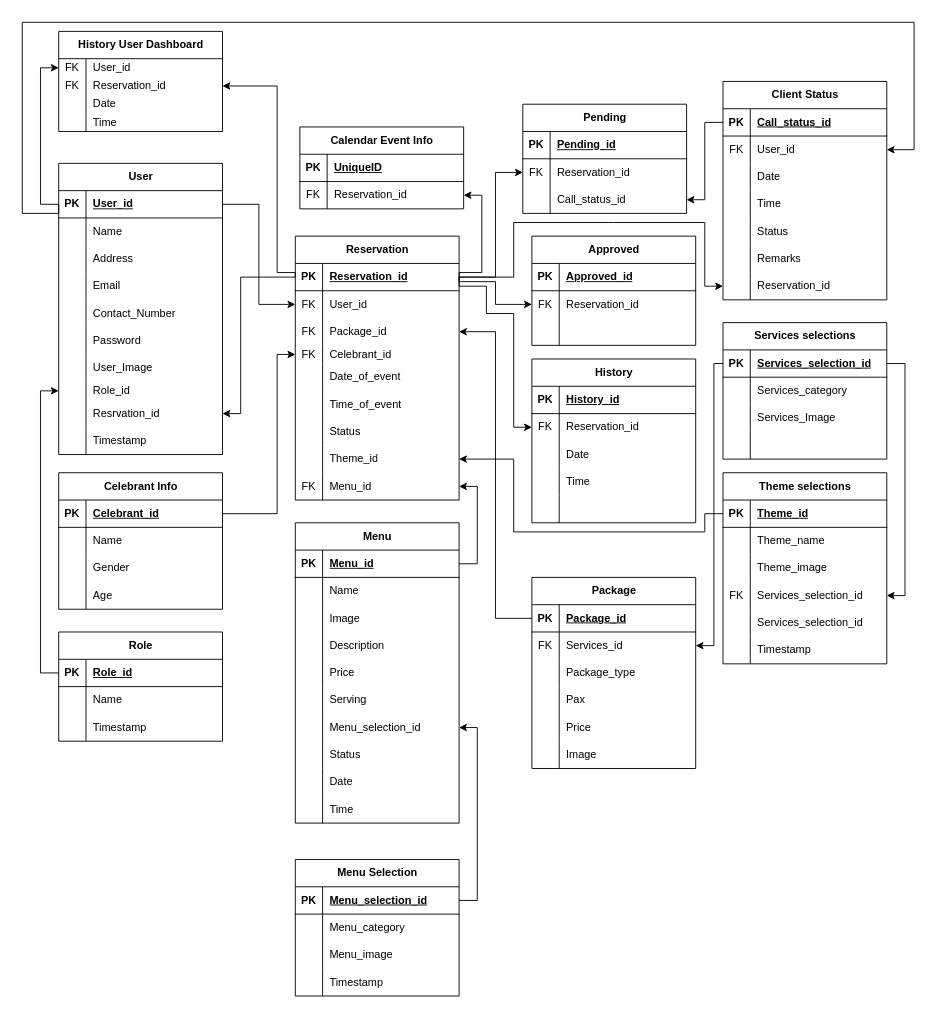
jcedriciglesias/Mihanz-Catering-Redo keeps this draw.io diagram as Untitled Diagram.drawio. Above is the earlier version. Source tidied: cells renumbered, new cells numbered last; positions are measured from the earlier drawing's top-left corner, leaving out a move shared by most shapes. Both pictures are drawn from the tidied source at 91%, with x=0, y=0 at pixel (22, 22).
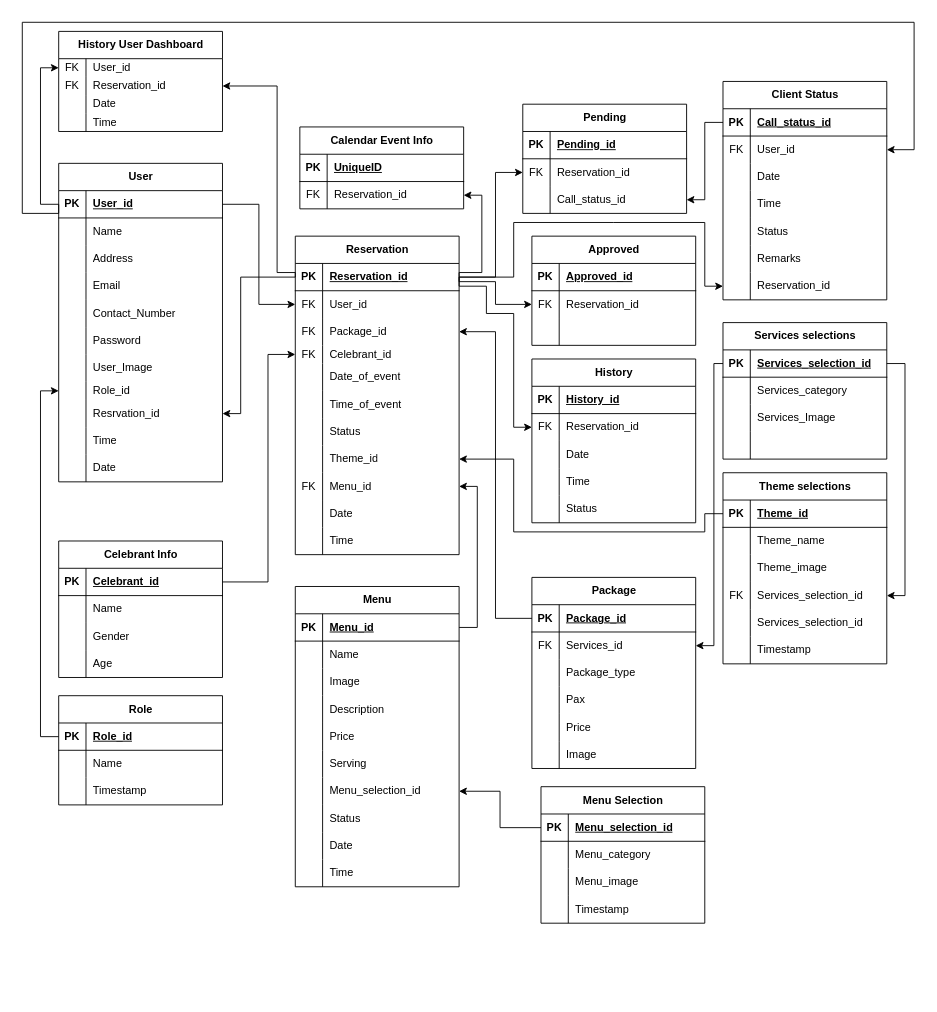
The same diagram, later.

Unchanged cells that the change refers to:
```xml
<mxCell id="30" style="shape=tableRow;horizontal=0;startSize=0;swimlaneHead=0;swimlaneBody=0;fillColor=none;top=0;left=0;right=0;bottom=0;" parent="2" vertex="1">
  <mxGeometry y="290" width="180" height="30" as="geometry" />
</mxCell>
<mxCell id="43" style="shape=tableRow;horizontal=0;startSize=0;swimlaneHead=0;swimlaneBody=0;fillColor=none;points=[[0,0.5],[1,0.5]];portConstraint=eastwest;top=0;left=0;right=0;bottom=0;" parent="33" vertex="1">
  <mxGeometry y="120" width="180" height="20" as="geometry" />
</mxCell>
<mxCell id="58" style="shape=tableRow;horizontal=0;startSize=0;swimlaneHead=0;swimlaneBody=0;fillColor=none;points=[[0,0.5],[1,0.5]];portConstraint=eastwest;top=0;left=0;right=0;bottom=0;" parent="33" vertex="1">
  <mxGeometry y="260" width="180" height="30" as="geometry" />
</mxCell>
<mxCell id="78" style="shape=tableRow;horizontal=0;startSize=0;swimlaneHead=0;swimlaneBody=0;fillColor=none;points=[[0,0.5],[1,0.5]];portConstraint=eastwest;top=0;left=0;right=0;bottom=1;" parent="77" vertex="1">
  <mxGeometry y="30" width="180" height="30" as="geometry" />
</mxCell>
<mxCell id="96" style="shape=tableRow;horizontal=0;startSize=0;swimlaneHead=0;swimlaneBody=0;fillColor=none;points=[[0,0.5],[1,0.5]];portConstraint=eastwest;top=0;left=0;right=0;bottom=0;" parent="77" vertex="1">
  <mxGeometry y="210" width="180" height="30" as="geometry" />
</mxCell>
<mxCell id="206" style="shape=tableRow;horizontal=0;startSize=0;swimlaneHead=0;swimlaneBody=0;fillColor=none;top=0;left=0;right=0;bottom=0;" parent="193" vertex="1">
  <mxGeometry y="150" width="180" height="30" as="geometry" />
</mxCell>
<mxCell id="233" style="shape=tableRow;horizontal=0;startSize=0;swimlaneHead=0;swimlaneBody=0;fillColor=none;points=[[0,0.5],[1,0.5]];portConstraint=eastwest;top=0;left=0;right=0;bottom=1;" parent="232" vertex="1">
  <mxGeometry y="30" width="180" height="30" as="geometry" />
</mxCell>
<mxCell id="257" style="shape=tableRow;horizontal=0;startSize=0;swimlaneHead=0;swimlaneBody=0;fillColor=none;points=[[0,0.5],[1,0.5]];portConstraint=eastwest;top=0;left=0;right=0;bottom=1;" parent="256" vertex="1">
  <mxGeometry y="30" width="180" height="30" as="geometry" />
</mxCell>
```

Diff of the diagram source:
```diff
@@
     <mxCell id="2" value="User" style="shape=table;startSize=30;childLayout=tableLayout;rowLines=0;fontStyle=1;align=center;html=1;" parent="1" vertex="1">
-      <mxGeometry x="40" y="155" width="180" height="320" as="geometry" />
+      <mxGeometry x="40" y="155" width="180" height="350" as="geometry" />
     </mxCell>
@@
-    <mxCell id="32" value="Timestamp" style="shape=partialRectangle;fillColor=none;top=0;left=0;bottom=0;right=0;align=left;spacingLeft=6;overflow=hidden;whiteSpace=wrap;html=1;" parent="30" vertex="1">
+    <mxCell id="32" value="Time" style="shape=partialRectangle;fillColor=none;top=0;left=0;bottom=0;right=0;align=left;spacingLeft=6;overflow=hidden;whiteSpace=wrap;html=1;" parent="30" vertex="1">
       <mxGeometry x="30" width="150" height="30" as="geometry" />
     </mxCell>
+    <mxCell id="276" style="shape=tableRow;horizontal=0;startSize=0;swimlaneHead=0;swimlaneBody=0;fillColor=none;top=0;left=0;right=0;bottom=0;" parent="2" vertex="1">
+      <mxGeometry y="320" width="180" height="30" as="geometry" />
+    </mxCell>
+    <mxCell id="277" style="shape=partialRectangle;fillColor=none;top=0;left=0;bottom=0;right=0;overflow=hidden;whiteSpace=wrap;html=1;" parent="276" vertex="1">
+      <mxGeometry width="30" height="30" as="geometry" />
+    </mxCell>
+    <mxCell id="278" value="Date" style="shape=partialRectangle;fillColor=none;top=0;left=0;bottom=0;right=0;align=left;spacingLeft=6;overflow=hidden;whiteSpace=wrap;html=1;" parent="276" vertex="1">
+      <mxGeometry x="30" width="150" height="30" as="geometry" />
+    </mxCell>
     <mxCell id="33" value="Reservation" style="shape=table;startSize=30;childLayout=tableLayout;rowLines=0;fontStyle=1;align=center;html=1;" parent="1" vertex="1">
-      <mxGeometry x="300" y="235" width="180" height="290" as="geometry" />
+      <mxGeometry x="300" y="235" width="180" height="350" as="geometry" />
     </mxCell>
@@
+    <mxCell id="279" style="shape=tableRow;horizontal=0;startSize=0;swimlaneHead=0;swimlaneBody=0;fillColor=none;top=0;left=0;right=0;bottom=0;" parent="33" vertex="1">
+      <mxGeometry y="290" width="180" height="30" as="geometry" />
+    </mxCell>
+    <mxCell id="280" style="shape=partialRectangle;fillColor=none;top=0;left=0;bottom=0;right=0;overflow=hidden;whiteSpace=wrap;html=1;" parent="279" vertex="1">
+      <mxGeometry width="30" height="30" as="geometry" />
+    </mxCell>
+    <mxCell id="281" value="Date" style="shape=partialRectangle;fillColor=none;top=0;left=0;bottom=0;right=0;align=left;spacingLeft=6;overflow=hidden;whiteSpace=wrap;html=1;" parent="279" vertex="1">
+      <mxGeometry x="30" width="150" height="30" as="geometry" />
+    </mxCell>
+    <mxCell id="282" style="shape=tableRow;horizontal=0;startSize=0;swimlaneHead=0;swimlaneBody=0;fillColor=none;top=0;left=0;right=0;bottom=0;" parent="33" vertex="1">
+      <mxGeometry y="320" width="180" height="30" as="geometry" />
+    </mxCell>
+    <mxCell id="283" style="shape=partialRectangle;fillColor=none;top=0;left=0;bottom=0;right=0;overflow=hidden;whiteSpace=wrap;html=1;" parent="282" vertex="1">
+      <mxGeometry width="30" height="30" as="geometry" />
+    </mxCell>
+    <mxCell id="284" value="Time" style="shape=partialRectangle;fillColor=none;top=0;left=0;bottom=0;right=0;align=left;spacingLeft=6;overflow=hidden;whiteSpace=wrap;html=1;" parent="282" vertex="1">
+      <mxGeometry x="30" width="150" height="30" as="geometry" />
+    </mxCell>
@@
     <mxCell id="77" value="Menu" style="shape=table;startSize=30;childLayout=tableLayout;rowLines=0;fontStyle=1;align=center;html=1;" parent="1" vertex="1">
-      <mxGeometry x="300" y="550" width="180" height="330" as="geometry" />
+      <mxGeometry x="300" y="620" width="180" height="330" as="geometry" />
     </mxCell>
@@
     <mxCell id="108" style="edgeStyle=orthogonalEdgeStyle;rounded=0;jettySize=auto;html=1;exitX=1;exitY=0.5;exitDx=0;exitDy=0;entryX=1;entryY=0.5;entryDx=0;entryDy=0;" parent="1" edge="1" source="78" target="58">
       <mxGeometry relative="1" as="geometry">
         <Array as="points">
-          <mxPoint x="500" y="595" />
+          <mxPoint x="500" y="665" />
           <mxPoint x="500" y="510" />
         </Array>
       </mxGeometry>
     </mxCell>
@@
-    <mxCell id="208" style="shape=partialRectangle;fillColor=none;top=0;left=0;bottom=0;right=0;align=left;spacingLeft=6;overflow=hidden;whiteSpace=wrap;html=1;" parent="206" vertex="1">
+    <mxCell id="208" value="Status" style="shape=partialRectangle;fillColor=none;top=0;left=0;bottom=0;right=0;align=left;spacingLeft=6;overflow=hidden;whiteSpace=wrap;html=1;" parent="206" vertex="1">
       <mxGeometry x="30" width="150" height="30" as="geometry" />
     </mxCell>
@@
     <mxCell id="232" value="Celebrant Info" style="shape=table;startSize=30;childLayout=tableLayout;rowLines=0;fontStyle=1;align=center;html=1;" parent="1" vertex="1">
-      <mxGeometry x="40" y="495" width="180" height="150" as="geometry" />
+      <mxGeometry x="40" y="570" width="180" height="150" as="geometry" />
     </mxCell>
@@
     <mxCell id="245" style="edgeStyle=orthogonalEdgeStyle;rounded=0;jettySize=auto;html=1;exitX=1;exitY=0.5;exitDx=0;exitDy=0;" parent="1" edge="1" source="233" target="43">
       <mxGeometry relative="1" as="geometry">
         <Array as="points">
-          <mxPoint x="280" y="540" />
-          <mxPoint x="280" y="365" />
+          <mxPoint x="270" y="615" />
+          <mxPoint x="270" y="365" />
         </Array>
       </mxGeometry>
     </mxCell>
     <mxCell id="246" value="Role" style="shape=table;startSize=30;childLayout=tableLayout;rowLines=0;fontStyle=1;align=center;html=1;" parent="1" vertex="1">
-      <mxGeometry x="40" y="670" width="180" height="120" as="geometry" />
+      <mxGeometry x="40" y="740" width="180" height="120" as="geometry" />
     </mxCell>
@@
     <mxCell id="256" value="Menu Selection" style="shape=table;startSize=30;childLayout=tableLayout;rowLines=0;fontStyle=1;align=center;html=1;" parent="1" vertex="1">
-      <mxGeometry x="300" y="920" width="180" height="150" as="geometry" />
+      <mxGeometry x="570" y="840" width="180" height="150" as="geometry" />
     </mxCell>
@@
-    <mxCell id="275" style="edgeStyle=orthogonalEdgeStyle;rounded=0;jettySize=auto;html=1;exitX=1;exitY=0.5;exitDx=0;exitDy=0;entryX=1;entryY=0.5;entryDx=0;entryDy=0;" parent="1" edge="1" source="257" target="96">
+    <mxCell id="275" style="edgeStyle=orthogonalEdgeStyle;rounded=0;jettySize=auto;html=1;exitX=0;exitY=0.5;exitDx=0;exitDy=0;entryX=1;entryY=0.5;entryDx=0;entryDy=0;" parent="1" edge="1" source="257" target="96">
       <mxGeometry relative="1" as="geometry" />
     </mxCell>
```
